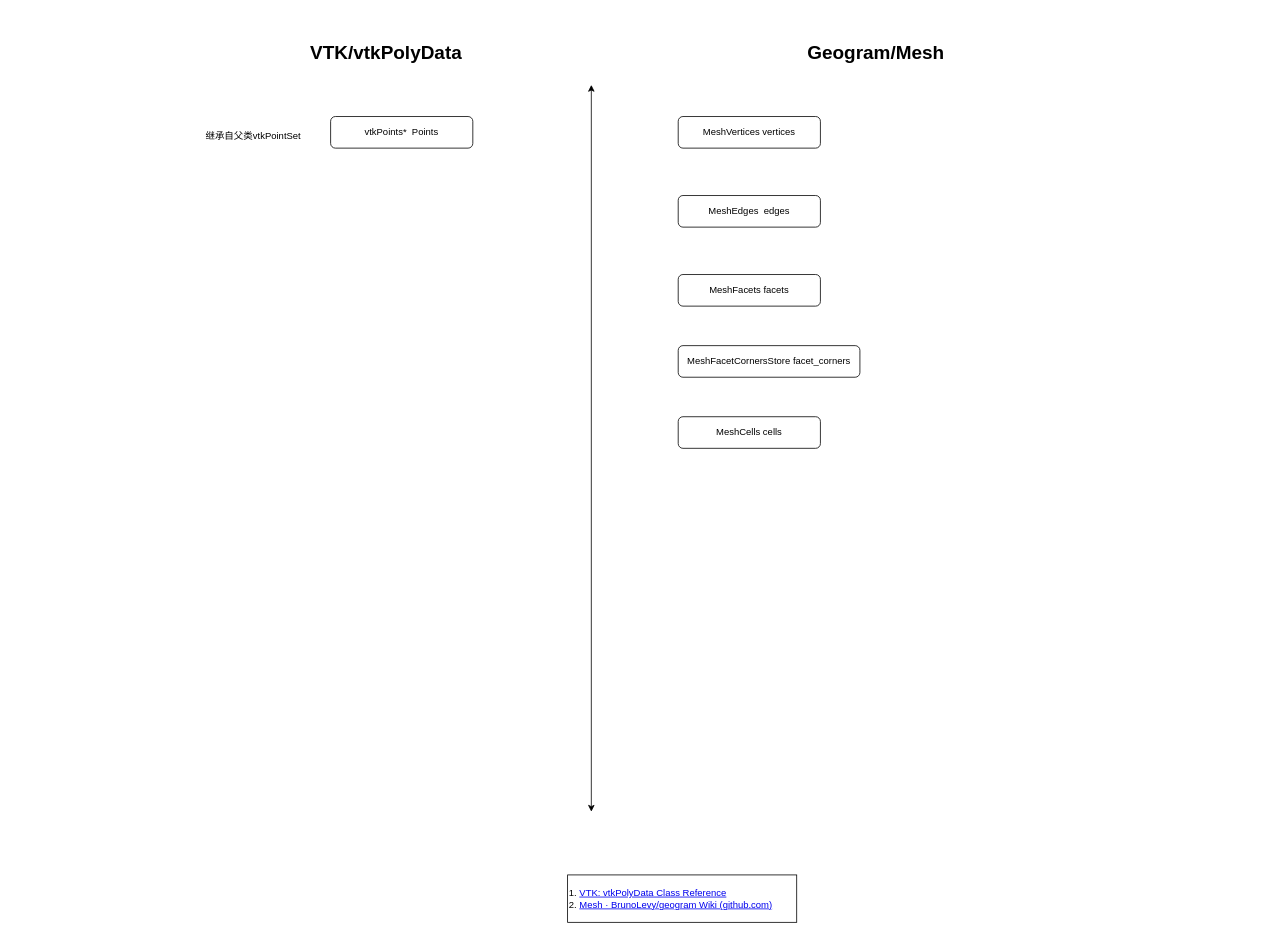
Above: gram/mesh.drawio in cedarz/geogram (draw.io), before the change. Source tidied: cells renumbered, new cells numbered last; positions are measured from the earlier drawing's top-left corner, leaving out a move shared by most shapes. Both pictures are drawn from the tidied source at 79%, with x=0, y=0 at pixel (204, 37).
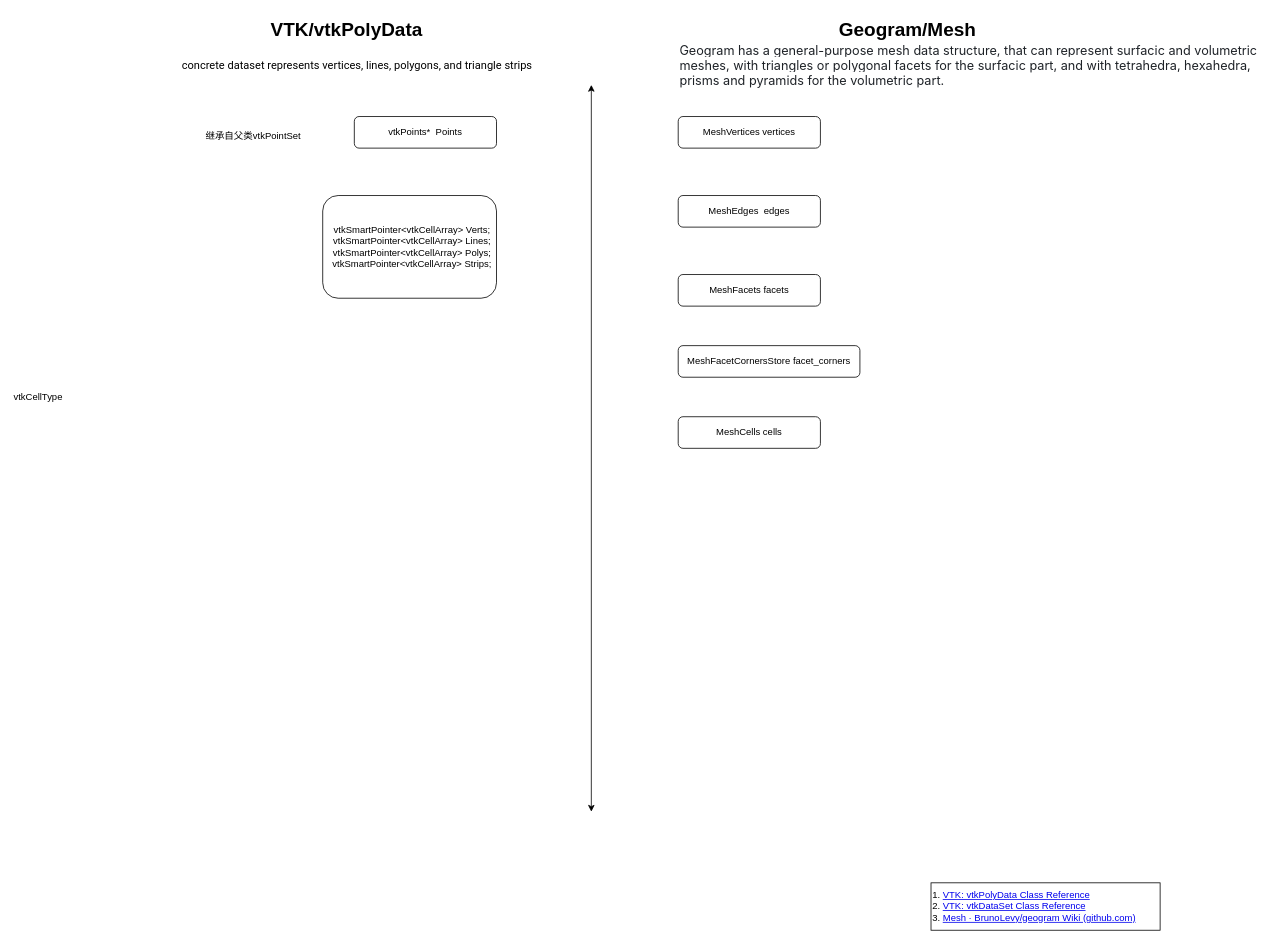
After the change.

The edit, as a diff of the source:
```diff
@@
 <mxGraphModel>
   <root>
     <mxCell id="0" />
     <mxCell id="1" parent="0" />
     <mxCell id="2" style="endArrow=classic;startArrow=classic;html=1;rounded=0;" parent="1" edge="1">
       <mxGeometry relative="1" as="geometry">
         <mxPoint x="490" y="980" as="sourcePoint" />
         <mxPoint x="490" y="60" as="targetPoint" />
       </mxGeometry>
     </mxCell>
     <mxCell id="3" value="MeshVertices&amp;nbsp;vertices" style="rounded=1;whiteSpace=wrap;html=1;fillColor=none;" parent="1" vertex="1">
       <mxGeometry x="600" y="100" width="180" height="40" as="geometry" />
     </mxCell>
     <mxCell id="4" style="edgeStyle=orthogonalEdgeStyle;rounded=0;orthogonalLoop=1;jettySize=auto;html=1;exitX=1;exitY=1;exitDx=0;exitDy=0;entryX=1;entryY=0.75;entryDx=0;entryDy=0;opacity=0;" parent="1" edge="1" source="3" target="3">
       <mxGeometry relative="1" as="geometry" />
     </mxCell>
     <mxCell id="5" value="MeshEdges&amp;nbsp; edges" style="rounded=1;whiteSpace=wrap;html=1;fillColor=none;" parent="1" vertex="1">
       <mxGeometry x="600" y="200" width="180" height="40" as="geometry" />
     </mxCell>
     <mxCell id="6" value="MeshFacets facets" style="rounded=1;whiteSpace=wrap;html=1;fillColor=none;" parent="1" vertex="1">
       <mxGeometry x="600" y="300" width="180" height="40" as="geometry" />
     </mxCell>
     <mxCell id="7" value="MeshCells cells" style="rounded=1;whiteSpace=wrap;html=1;fillColor=none;" parent="1" vertex="1">
       <mxGeometry x="600" y="480" width="180" height="40" as="geometry" />
     </mxCell>
     <mxCell id="8" value="vtkPoints*&amp;nbsp; Points" style="rounded=1;whiteSpace=wrap;html=1;fillColor=none;" parent="1" vertex="1">
-      <mxGeometry x="160" y="100" width="180" height="40" as="geometry" />
+      <mxGeometry x="190" y="100" width="180" height="40" as="geometry" />
     </mxCell>
     <mxCell id="9" value="Geogram/Mesh" style="text;strokeColor=none;fillColor=none;html=1;fontSize=24;fontStyle=1;verticalAlign=middle;align=center;" parent="1" vertex="1">
-      <mxGeometry x="800" width="100" height="40" as="geometry" />
+      <mxGeometry x="840" y="-30" width="100" height="40" as="geometry" />
     </mxCell>
     <mxCell id="10" value="VTK/vtkPolyData" style="text;strokeColor=none;fillColor=none;html=1;fontSize=24;fontStyle=1;verticalAlign=middle;align=center;" parent="1" vertex="1">
-      <mxGeometry x="180" width="100" height="40" as="geometry" />
+      <mxGeometry x="130" y="-30" width="100" height="40" as="geometry" />
     </mxCell>
-    <mxCell id="11" value="1.&amp;nbsp;&lt;a href=&quot;https://vtk.org/doc/nightly/html/classvtkPolyData.html&quot;&gt;VTK: vtkPolyData Class Reference&lt;/a&gt;&lt;div&gt;2.&amp;nbsp;&lt;a style=&quot;background-color: initial;&quot; href=&quot;https://github.com/BrunoLevy/geogram/wiki/Mesh&quot;&gt;Mesh · BrunoLevy/geogram Wiki (github.com)&lt;/a&gt;&lt;/div&gt;" style="rounded=0;whiteSpace=wrap;html=1;align=left;" parent="1" vertex="1">
-      <mxGeometry x="460" y="1060" width="290" height="60" as="geometry" />
+    <mxCell id="11" value="1.&amp;nbsp;&lt;a href=&quot;https://vtk.org/doc/nightly/html/classvtkPolyData.html&quot;&gt;VTK: vtkPolyData Class Reference&lt;/a&gt;&lt;div&gt;2.&amp;nbsp;&lt;a href=&quot;https://vtk.org/doc/nightly/html/classvtkDataSet.html&quot;&gt;VTK: vtkDataSet Class Reference&lt;/a&gt;&lt;br&gt;&lt;div&gt;3.&amp;nbsp;&lt;a style=&quot;background-color: initial;&quot; href=&quot;https://github.com/BrunoLevy/geogram/wiki/Mesh&quot;&gt;Mesh · BrunoLevy/geogram Wiki (github.com)&lt;/a&gt;&lt;/div&gt;&lt;/div&gt;" style="rounded=0;whiteSpace=wrap;html=1;align=left;" parent="1" vertex="1">
+      <mxGeometry x="920" y="1070" width="290" height="60" as="geometry" />
     </mxCell>
     <mxCell id="12" value="继承自父类vtkPointSet" style="text;html=1;align=left;verticalAlign=middle;whiteSpace=wrap;rounded=0;" parent="1" vertex="1">
       <mxGeometry y="110" width="130" height="30" as="geometry" />
     </mxCell>
     <mxCell id="13" value="MeshFacetCornersStore facet_corners" style="rounded=1;whiteSpace=wrap;html=1;fillColor=none;" parent="1" vertex="1">
       <mxGeometry x="600" y="390" width="230" height="40" as="geometry" />
     </mxCell>
+    <mxCell id="14" value="&lt;div&gt;&amp;nbsp; vtkSmartPointer&amp;lt;vtkCellArray&amp;gt; Verts;&lt;/div&gt;&lt;div&gt;&amp;nbsp; vtkSmartPointer&amp;lt;vtkCellArray&amp;gt; Lines;&lt;/div&gt;&lt;div&gt;&amp;nbsp; vtkSmartPointer&amp;lt;vtkCellArray&amp;gt; Polys;&lt;/div&gt;&lt;div&gt;&amp;nbsp; vtkSmartPointer&amp;lt;vtkCellArray&amp;gt; Strips;&lt;/div&gt;" style="rounded=1;whiteSpace=wrap;html=1;fillColor=none;" parent="1" vertex="1">
+      <mxGeometry x="150" y="200" width="220" height="130" as="geometry" />
+    </mxCell>
+    <mxCell id="15" value="&lt;span style=&quot;font-family: Roboto, sans-serif; font-size: 14px; background-color: rgb(255, 255, 255);&quot;&gt;concrete dataset represents vertices, lines, polygons, and triangle strips&lt;/span&gt;" style="text;html=1;align=left;verticalAlign=middle;whiteSpace=wrap;rounded=0;" parent="1" vertex="1">
+      <mxGeometry x="-30" y="20" width="460" height="30" as="geometry" />
+    </mxCell>
+    <mxCell id="16" value="&lt;span style=&quot;color: rgb(31, 35, 40); font-family: -apple-system, BlinkMacSystemFont, &amp;quot;Segoe UI&amp;quot;, &amp;quot;Noto Sans&amp;quot;, Helvetica, Arial, sans-serif, &amp;quot;Apple Color Emoji&amp;quot;, &amp;quot;Segoe UI Emoji&amp;quot;; font-size: 16px; background-color: rgb(255, 255, 255);&quot;&gt;Geogram has a general-purpose mesh data structure, that can represent surfacic and volumetric meshes, with triangles or polygonal facets for the surfacic part, and with tetrahedra, hexahedra, prisms and pyramids for the volumetric part.&lt;/span&gt;" style="text;html=1;align=left;verticalAlign=middle;whiteSpace=wrap;rounded=0;" parent="1" vertex="1">
+      <mxGeometry x="600" y="20" width="740" height="30" as="geometry" />
+    </mxCell>
+    <mxCell id="17" value="vtkCellType" style="text;html=1;align=center;verticalAlign=middle;whiteSpace=wrap;rounded=0;" parent="1" vertex="1">
+      <mxGeometry x="-240" y="440" width="60" height="30" as="geometry" />
+    </mxCell>
   </root>
 </mxGraphModel>
```
